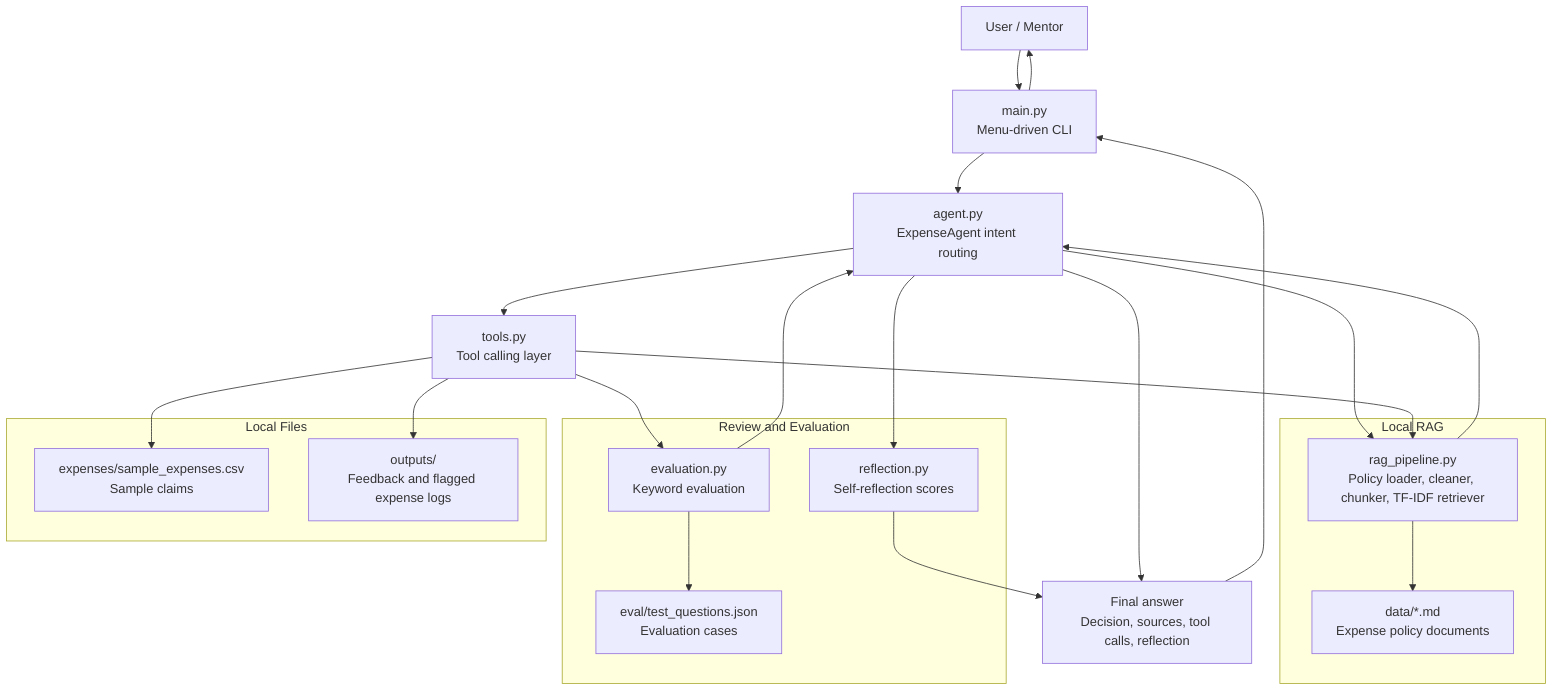
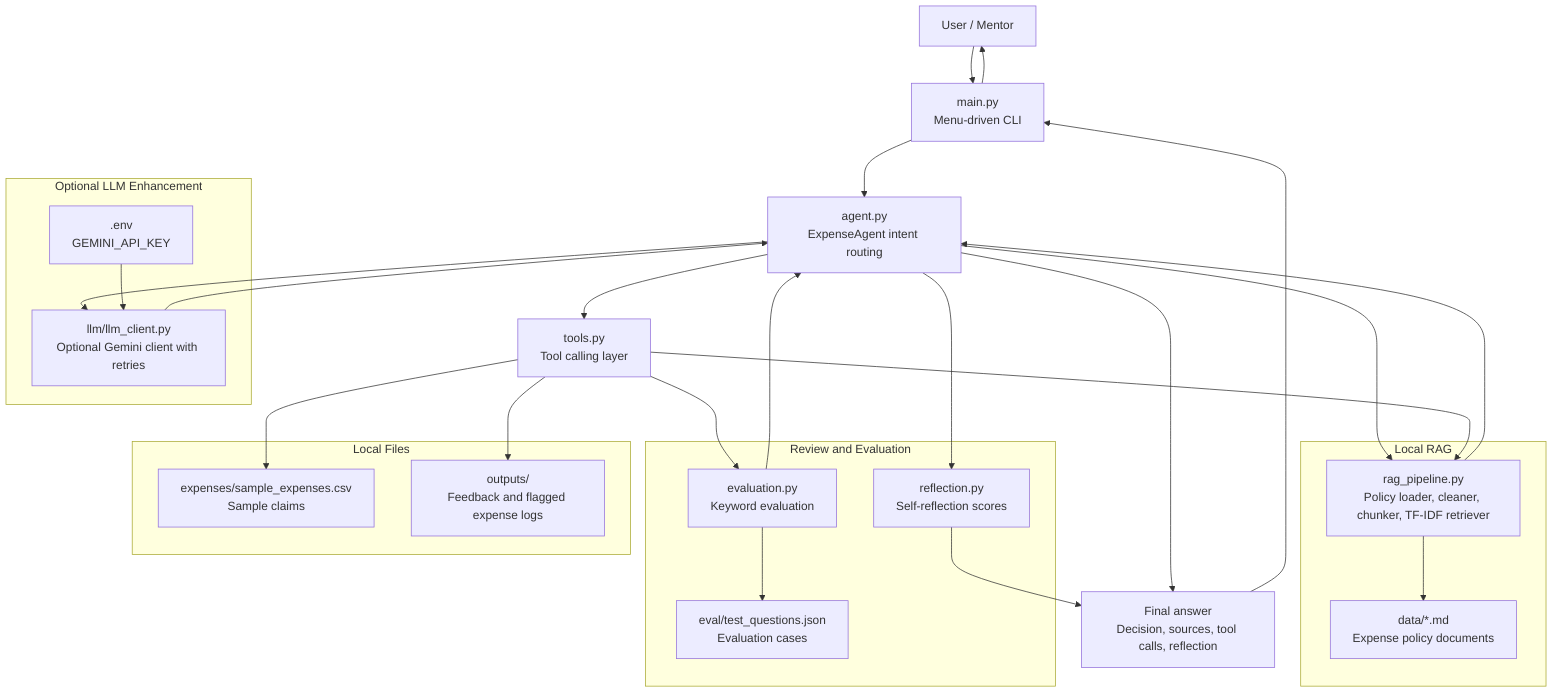
flowchart TD
    user["User / Mentor"]
    cli["main.py\nMenu-driven CLI"]
    agent["agent.py\nExpenseAgent intent routing"]
    rag["rag_pipeline.py\nPolicy loader, cleaner, chunker, TF-IDF retriever"]
+     llm["llm/llm_client.py\nOptional Gemini client with retries"]
+     env[".env\nGEMINI_API_KEY"]
    tools["tools.py\nTool calling layer"]
    reflect["reflection.py\nSelf-reflection scores"]
    eval_runner["evaluation.py\nKeyword evaluation"]
    policies["data/*.md\nExpense policy documents"]
    expenses["expenses/sample_expenses.csv\nSample claims"]
    eval_data["eval/test_questions.json\nEvaluation cases"]
    outputs["outputs/\nFeedback and flagged expense logs"]
    response["Final answer\nDecision, sources, tool calls, reflection"]

    user --> cli
    cli --> agent
    agent --> rag
    rag --> policies
    rag --> agent
+     agent --> llm
+     env --> llm
+     llm --> agent
    agent --> tools
    tools --> rag
    tools --> expenses
    tools --> outputs
    tools --> eval_runner
    eval_runner --> eval_data
    eval_runner --> agent
    agent --> reflect
    reflect --> response
    agent --> response
    response --> cli
    cli --> user

    subgraph Retrieval["Local RAG"]
        policies
        rag
    end

+     subgraph OptionalLLM["Optional LLM Enhancement"]
+         env
+         llm
+     end
+ 
    subgraph Review["Review and Evaluation"]
        reflect
        eval_runner
        eval_data
    end

    subgraph Persistence["Local Files"]
        expenses
        outputs
    end
